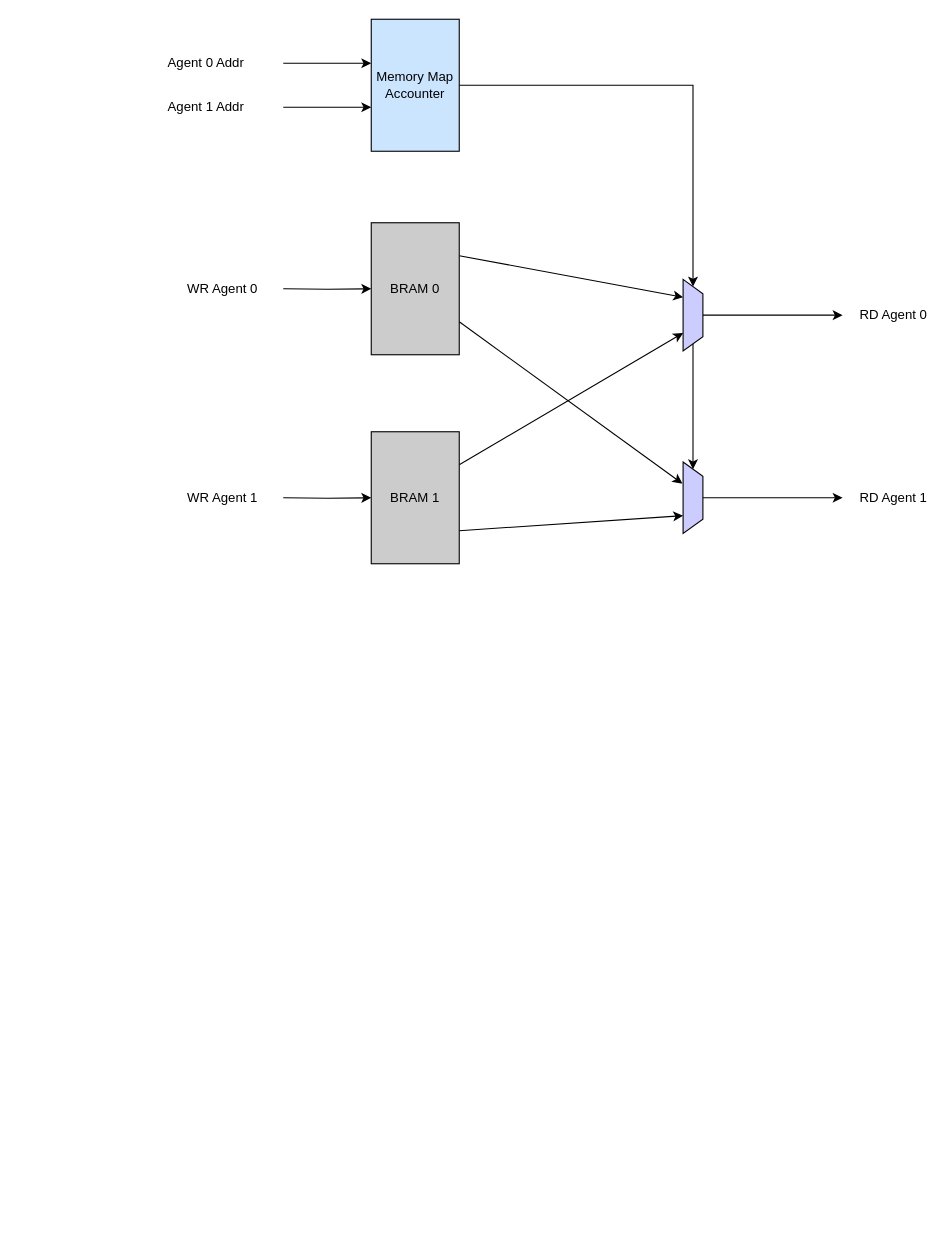
Above: page "Top" (1 of 3) of doc/figures.drawio in dpretet/meduram (draw.io), before the change. Source tidied: cells renumbered, new cells numbered last; positions are measured from the earlier drawing's top-left corner, leaving out a move shared by most shapes. Both pictures are drawn from the tidied source at 110%, with x=0, y=0 at pixel (151, 19).
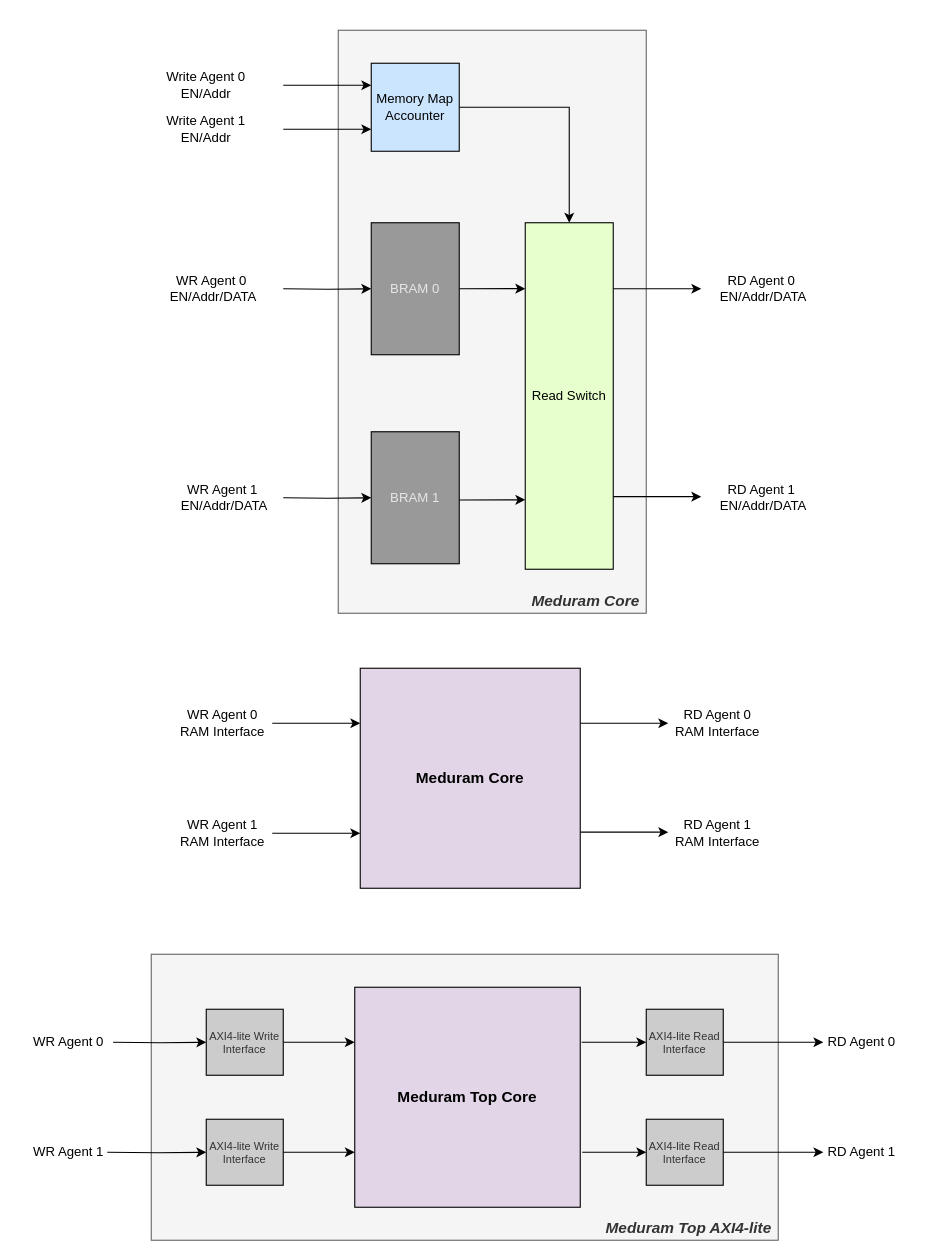
The same page after the edit.

What changed in the source:
```diff
@@
-    <mxCell id="2" style="rounded=0;jettySize=auto;html=1;exitX=1;exitY=0.25;exitDx=0;exitDy=0;entryX=0.25;entryY=1;entryDx=0;entryDy=0;" parent="1" edge="1" source="5" target="12">
-      <mxGeometry relative="1" as="geometry" />
-    </mxCell>
-    <mxCell id="3" style="rounded=0;jettySize=auto;html=1;exitX=1;exitY=0.75;exitDx=0;exitDy=0;entryX=0.302;entryY=1.036;entryDx=0;entryDy=0;entryPerimeter=0;" parent="1" edge="1" source="5" target="14">
-      <mxGeometry relative="1" as="geometry" />
-    </mxCell>
+    <mxCell id="25" value="Meduram Core&amp;nbsp;" style="rounded=0;whiteSpace=wrap;html=1;fillColor=#f5f5f5;strokeColor=#666666;fontStyle=3;fontSize=14;align=right;verticalAlign=bottom;fontColor=#333333;" parent="1" vertex="1">
+      <mxGeometry x="170" y="10" width="280" height="530" as="geometry" />
+    </mxCell>
+    <mxCell id="26" value="Meduram Top AXI4-lite&amp;nbsp;" style="rounded=0;whiteSpace=wrap;html=1;fontSize=14;fillColor=#f5f5f5;strokeColor=#666666;align=right;verticalAlign=bottom;fontStyle=3;fontColor=#333333;" parent="1" vertex="1">
+      <mxGeometry y="850" width="570" height="260" as="geometry" />
+    </mxCell>
@@
-    <mxCell id="5" value="BRAM 0" style="rounded=0;whiteSpace=wrap;html=1;fillColor=#CCCCCC;" parent="1" vertex="1">
+    <mxCell id="5" value="BRAM 0" style="rounded=0;whiteSpace=wrap;html=1;fillColor=#999999;fontColor=#E6E6E6;" parent="1" vertex="1">
       <mxGeometry x="200" y="185" width="80" height="120" as="geometry" />
     </mxCell>
-    <mxCell id="6" style="rounded=0;jettySize=auto;html=1;exitX=1;exitY=0.75;exitDx=0;exitDy=0;entryX=0.75;entryY=1;entryDx=0;entryDy=0;" parent="1" edge="1" source="9" target="14">
-      <mxGeometry relative="1" as="geometry" />
-    </mxCell>
-    <mxCell id="7" style="rounded=0;jettySize=auto;html=1;exitX=1;exitY=0.25;exitDx=0;exitDy=0;entryX=0.75;entryY=1;entryDx=0;entryDy=0;" parent="1" edge="1" source="9" target="12">
-      <mxGeometry relative="1" as="geometry" />
-    </mxCell>
@@
-    <mxCell id="9" value="BRAM 1" style="rounded=0;whiteSpace=wrap;html=1;fillColor=#CCCCCC;" parent="1" vertex="1">
+    <mxCell id="9" value="BRAM 1" style="rounded=0;whiteSpace=wrap;html=1;fillColor=#999999;fontColor=#E6E6E6;" parent="1" vertex="1">
       <mxGeometry x="200" y="375" width="80" height="120" as="geometry" />
     </mxCell>
-    <mxCell id="10" style="edgeStyle=orthogonalEdgeStyle;rounded=0;jettySize=auto;html=1;" parent="1" edge="1" source="12">
-      <mxGeometry relative="1" as="geometry">
-        <mxPoint x="628.5" y="269" as="targetPoint" />
-      </mxGeometry>
-    </mxCell>
-    <mxCell id="11" style="edgeStyle=orthogonalEdgeStyle;rounded=0;jettySize=auto;html=1;exitX=1;exitY=0.5;exitDx=0;exitDy=0;entryX=0;entryY=0.5;entryDx=0;entryDy=0;" parent="1" edge="1" source="12" target="14">
-      <mxGeometry relative="1" as="geometry" />
-    </mxCell>
-    <mxCell id="12" style="shape=trapezoid;perimeter=trapezoidPerimeter;whiteSpace=wrap;html=1;rotation=90;fillColor=#CCCCFF;" parent="1" vertex="1">
-      <mxGeometry x="460" y="260" width="65" height="18" as="geometry" />
-    </mxCell>
-    <mxCell id="13" style="edgeStyle=orthogonalEdgeStyle;rounded=0;jettySize=auto;html=1;" parent="1" edge="1" source="14">
-      <mxGeometry relative="1" as="geometry">
-        <mxPoint x="628.5" y="435" as="targetPoint" />
-      </mxGeometry>
-    </mxCell>
-    <mxCell id="14" style="shape=trapezoid;perimeter=trapezoidPerimeter;whiteSpace=wrap;html=1;rotation=90;fillColor=#CCCCFF;" parent="1" vertex="1">
-      <mxGeometry x="460" y="426" width="65" height="18" as="geometry" />
-    </mxCell>
-    <mxCell id="15" value="WR Agent 0" style="text;html=1;strokeColor=none;fillColor=none;align=center;verticalAlign=middle;whiteSpace=wrap;rounded=0;" parent="1" vertex="1">
-      <mxGeometry x="30" y="235" width="70" height="20" as="geometry" />
+    <mxCell id="15" value="WR Agent 0&lt;br&gt;&amp;nbsp;EN/Addr/DATA" style="text;html=1;strokeColor=none;fillColor=none;align=center;verticalAlign=middle;whiteSpace=wrap;rounded=0;" parent="1" vertex="1">
+      <mxGeometry x="10" y="235" width="90" height="20" as="geometry" />
     </mxCell>
-    <mxCell id="16" value="WR Agent 1" style="text;html=1;strokeColor=none;fillColor=none;align=center;verticalAlign=middle;whiteSpace=wrap;rounded=0;" parent="1" vertex="1">
-      <mxGeometry x="30" y="425" width="70" height="20" as="geometry" />
-    </mxCell>
-    <mxCell id="17" value="RD Agent 0" style="text;html=1;strokeColor=none;fillColor=none;align=center;verticalAlign=middle;whiteSpace=wrap;rounded=0;" parent="1" vertex="1">
-      <mxGeometry x="640" y="259" width="70" height="20" as="geometry" />
+    <mxCell id="17" value="RD Agent 0&lt;br&gt;&amp;nbsp;EN/Addr/DATA" style="text;html=1;strokeColor=none;fillColor=none;align=center;verticalAlign=middle;whiteSpace=wrap;rounded=0;" parent="1" vertex="1">
+      <mxGeometry x="510" y="235" width="90" height="20" as="geometry" />
     </mxCell>
-    <mxCell id="18" value="RD Agent 1" style="text;html=1;strokeColor=none;fillColor=none;align=center;verticalAlign=middle;whiteSpace=wrap;rounded=0;" parent="1" vertex="1">
-      <mxGeometry x="640" y="425" width="70" height="20" as="geometry" />
+    <mxCell id="18" value="RD Agent 1&lt;br&gt;&amp;nbsp;EN/Addr/DATA" style="text;html=1;strokeColor=none;fillColor=none;align=center;verticalAlign=middle;whiteSpace=wrap;rounded=0;" parent="1" vertex="1">
+      <mxGeometry x="520" y="425" width="70" height="20" as="geometry" />
     </mxCell>
-    <mxCell id="19" style="edgeStyle=orthogonalEdgeStyle;rounded=0;jettySize=auto;html=1;exitX=1;exitY=0.5;exitDx=0;exitDy=0;entryX=0;entryY=0.5;entryDx=0;entryDy=0;" parent="1" edge="1" source="20" target="12">
+    <mxCell id="19" style="edgeStyle=orthogonalEdgeStyle;rounded=0;jettySize=auto;html=1;exitX=1;exitY=0.5;exitDx=0;exitDy=0;entryX=0.5;entryY=0;entryDx=0;entryDy=0;" parent="1" edge="1" source="20" target="27">
       <mxGeometry relative="1" as="geometry" />
     </mxCell>
     <mxCell id="20" value="Memory Map Accounter" style="rounded=0;whiteSpace=wrap;html=1;fillColor=#CCE5FF;" parent="1" vertex="1">
-      <mxGeometry x="200" width="80" height="120" as="geometry" />
+      <mxGeometry x="200" y="40" width="80" height="80" as="geometry" />
     </mxCell>
     <mxCell id="21" style="edgeStyle=orthogonalEdgeStyle;rounded=0;orthogonalLoop=1;jettySize=auto;html=1;" parent="1" edge="1">
       <mxGeometry relative="1" as="geometry">
-        <mxPoint x="120" y="80" as="sourcePoint" />
-        <mxPoint x="200" y="80" as="targetPoint" />
+        <mxPoint x="120" y="100" as="sourcePoint" />
+        <mxPoint x="200" y="100" as="targetPoint" />
       </mxGeometry>
     </mxCell>
     <mxCell id="22" style="edgeStyle=orthogonalEdgeStyle;rounded=0;orthogonalLoop=1;jettySize=auto;html=1;" parent="1" edge="1">
       <mxGeometry relative="1" as="geometry">
-        <mxPoint x="120" y="40" as="sourcePoint" />
-        <mxPoint x="200" y="40" as="targetPoint" />
+        <mxPoint x="120" y="60" as="sourcePoint" />
+        <mxPoint x="200" y="60" as="targetPoint" />
       </mxGeometry>
     </mxCell>
-    <mxCell id="23" value="Agent 0 Addr" style="text;html=1;strokeColor=none;fillColor=none;align=center;verticalAlign=middle;whiteSpace=wrap;rounded=0;" parent="1" vertex="1">
-      <mxGeometry y="30" width="100" height="20" as="geometry" />
+    <mxCell id="23" value="Write Agent 0 EN/Addr" style="text;html=1;strokeColor=none;fillColor=none;align=center;verticalAlign=middle;whiteSpace=wrap;rounded=0;" parent="1" vertex="1">
+      <mxGeometry y="50" width="100" height="20" as="geometry" />
     </mxCell>
-    <mxCell id="24" value="Agent 1 Addr" style="text;html=1;strokeColor=none;fillColor=none;align=center;verticalAlign=middle;whiteSpace=wrap;rounded=0;" parent="1" vertex="1">
-      <mxGeometry y="70" width="100" height="20" as="geometry" />
+    <mxCell id="24" value="Write Agent 1 EN/Addr" style="text;html=1;strokeColor=none;fillColor=none;align=center;verticalAlign=middle;whiteSpace=wrap;rounded=0;" parent="1" vertex="1">
+      <mxGeometry y="90" width="100" height="20" as="geometry" />
     </mxCell>
+    <mxCell id="27" value="Read Switch" style="rounded=0;whiteSpace=wrap;html=1;fillColor=#E6FFCC;strokeColor=#000000;" parent="1" vertex="1">
+      <mxGeometry x="340" y="185" width="80" height="315" as="geometry" />
+    </mxCell>
+    <mxCell id="28" style="edgeStyle=orthogonalEdgeStyle;rounded=0;orthogonalLoop=1;jettySize=auto;html=1;" parent="1" edge="1">
+      <mxGeometry relative="1" as="geometry">
+        <mxPoint x="420" y="245" as="sourcePoint" />
+        <mxPoint x="500" y="245" as="targetPoint" />
+      </mxGeometry>
+    </mxCell>
+    <mxCell id="29" style="edgeStyle=orthogonalEdgeStyle;rounded=0;orthogonalLoop=1;jettySize=auto;html=1;" parent="1" edge="1">
+      <mxGeometry relative="1" as="geometry">
+        <mxPoint x="420" y="434" as="sourcePoint" />
+        <mxPoint x="500" y="434" as="targetPoint" />
+      </mxGeometry>
+    </mxCell>
+    <mxCell id="30" style="endArrow=classic;html=1;entryX=0;entryY=0.587;entryDx=0;entryDy=0;entryPerimeter=0;" parent="1" edge="1">
+      <mxGeometry relative="1" as="geometry">
+        <mxPoint x="280" y="437" as="sourcePoint" />
+        <mxPoint x="340" y="436.9" as="targetPoint" />
+      </mxGeometry>
+    </mxCell>
+    <mxCell id="31" style="endArrow=classic;html=1;entryX=0;entryY=0.587;entryDx=0;entryDy=0;entryPerimeter=0;" parent="1" edge="1">
+      <mxGeometry relative="1" as="geometry">
+        <mxPoint x="280" y="245" as="sourcePoint" />
+        <mxPoint x="340" y="244.9" as="targetPoint" />
+      </mxGeometry>
+    </mxCell>
+    <mxCell id="32" value="WR Agent 1&lt;br&gt;&amp;nbsp;EN/Addr/DATA" style="text;html=1;strokeColor=none;fillColor=none;align=center;verticalAlign=middle;whiteSpace=wrap;rounded=0;" parent="1" vertex="1">
+      <mxGeometry x="20" y="425" width="90" height="20" as="geometry" />
+    </mxCell>
+    <mxCell id="33" style="edgeStyle=orthogonalEdgeStyle;rounded=0;orthogonalLoop=1;jettySize=auto;html=1;" parent="1" edge="1">
+      <mxGeometry relative="1" as="geometry">
+        <mxPoint x="110" y="640" as="sourcePoint" />
+        <mxPoint x="190" y="640" as="targetPoint" />
+      </mxGeometry>
+    </mxCell>
+    <mxCell id="34" style="edgeStyle=orthogonalEdgeStyle;rounded=0;orthogonalLoop=1;jettySize=auto;html=1;" parent="1" edge="1">
+      <mxGeometry relative="1" as="geometry">
+        <mxPoint x="110" y="740" as="sourcePoint" />
+        <mxPoint x="190" y="740" as="targetPoint" />
+      </mxGeometry>
+    </mxCell>
+    <mxCell id="35" value="WR Agent 0&lt;br&gt;RAM Interface" style="text;html=1;strokeColor=none;fillColor=none;align=center;verticalAlign=middle;whiteSpace=wrap;rounded=0;" parent="1" vertex="1">
+      <mxGeometry x="20" y="630" width="90" height="20" as="geometry" />
+    </mxCell>
+    <mxCell id="36" value="RD Agent 0&lt;br&gt;RAM Interface" style="text;html=1;strokeColor=none;fillColor=none;align=center;verticalAlign=middle;whiteSpace=wrap;rounded=0;" parent="1" vertex="1">
+      <mxGeometry x="470" y="630" width="90" height="20" as="geometry" />
+    </mxCell>
+    <mxCell id="37" value="RD Agent 1&lt;br&gt;RAM Interface" style="text;html=1;strokeColor=none;fillColor=none;align=center;verticalAlign=middle;whiteSpace=wrap;rounded=0;" parent="1" vertex="1">
+      <mxGeometry x="470" y="730" width="90" height="20" as="geometry" />
+    </mxCell>
+    <mxCell id="38" style="edgeStyle=orthogonalEdgeStyle;rounded=0;orthogonalLoop=1;jettySize=auto;html=1;" parent="1" edge="1">
+      <mxGeometry relative="1" as="geometry">
+        <mxPoint x="390" y="640" as="sourcePoint" />
+        <mxPoint x="470" y="640" as="targetPoint" />
+      </mxGeometry>
+    </mxCell>
+    <mxCell id="39" style="edgeStyle=orthogonalEdgeStyle;rounded=0;orthogonalLoop=1;jettySize=auto;html=1;" parent="1" edge="1">
+      <mxGeometry relative="1" as="geometry">
+        <mxPoint x="390" y="739" as="sourcePoint" />
+        <mxPoint x="470" y="739" as="targetPoint" />
+      </mxGeometry>
+    </mxCell>
+    <mxCell id="40" value="WR Agent 1&lt;br&gt;RAM Interface" style="text;html=1;strokeColor=none;fillColor=none;align=center;verticalAlign=middle;whiteSpace=wrap;rounded=0;" parent="1" vertex="1">
+      <mxGeometry x="20" y="730" width="90" height="20" as="geometry" />
+    </mxCell>
+    <mxCell id="41" value="Meduram Core" style="rounded=0;whiteSpace=wrap;html=1;fillColor=#e1d5e7;strokeColor=#000000;fontStyle=1;fontSize=14;" parent="1" vertex="1">
+      <mxGeometry x="190" y="590" width="200" height="200" as="geometry" />
+    </mxCell>
+    <mxCell id="42" style="edgeStyle=orthogonalEdgeStyle;rounded=0;jettySize=auto;html=1;exitX=1;exitY=0.5;exitDx=0;exitDy=0;" parent="1" edge="1" source="48">
+      <mxGeometry relative="1" as="geometry">
+        <mxPoint x="185" y="930" as="targetPoint" />
+      </mxGeometry>
+    </mxCell>
+    <mxCell id="43" style="edgeStyle=orthogonalEdgeStyle;rounded=0;orthogonalLoop=1;jettySize=auto;html=1;" parent="1" edge="1">
+      <mxGeometry relative="1" as="geometry">
+        <mxPoint x="105" y="1030" as="sourcePoint" />
+        <mxPoint x="185" y="1030" as="targetPoint" />
+      </mxGeometry>
+    </mxCell>
+    <mxCell id="44" value="WR Agent 0" style="text;html=1;strokeColor=none;fillColor=none;align=center;verticalAlign=middle;whiteSpace=wrap;rounded=0;" parent="1" vertex="1">
+      <mxGeometry x="-120" y="920" width="90" height="20" as="geometry" />
+    </mxCell>
+    <mxCell id="45" value="RD Agent 0" style="text;html=1;strokeColor=none;fillColor=none;align=center;verticalAlign=middle;whiteSpace=wrap;rounded=0;" parent="1" vertex="1">
+      <mxGeometry x="611" y="920" width="70" height="20" as="geometry" />
+    </mxCell>
+    <mxCell id="46" value="RD Agent 1" style="text;html=1;strokeColor=none;fillColor=none;align=center;verticalAlign=middle;whiteSpace=wrap;rounded=0;" parent="1" vertex="1">
+      <mxGeometry x="611" y="1020" width="70" height="20" as="geometry" />
+    </mxCell>
+    <mxCell id="16" value="WR Agent 1" style="text;html=1;strokeColor=none;fillColor=none;align=center;verticalAlign=middle;whiteSpace=wrap;rounded=0;" parent="1" vertex="1">
+      <mxGeometry x="-120" y="1020" width="90" height="20" as="geometry" />
+    </mxCell>
+    <mxCell id="47" value="Meduram Top Core" style="rounded=0;whiteSpace=wrap;html=1;fillColor=#e1d5e7;strokeColor=#000000;fontStyle=1;fontSize=14;" parent="1" vertex="1">
+      <mxGeometry x="185" y="880" width="205" height="200" as="geometry" />
+    </mxCell>
+    <mxCell id="48" value="AXI4-lite Write Interface" style="rounded=0;whiteSpace=wrap;html=1;fontSize=10;fillColor=#CCCCCC;strokeColor=#000000;fontColor=#333333;" parent="1" vertex="1">
+      <mxGeometry x="50" y="900" width="70" height="60" as="geometry" />
+    </mxCell>
+    <mxCell id="49" value="AXI4-lite Write Interface" style="rounded=0;whiteSpace=wrap;html=1;fontSize=10;fillColor=#CCCCCC;strokeColor=#000000;fontColor=#333333;" parent="1" vertex="1">
+      <mxGeometry x="50" y="1000" width="70" height="60" as="geometry" />
+    </mxCell>
+    <mxCell id="50" style="edgeStyle=orthogonalEdgeStyle;rounded=0;jettySize=auto;html=1;exitX=1;exitY=0.5;exitDx=0;exitDy=0;entryX=0;entryY=0.5;entryDx=0;entryDy=0;" parent="1" edge="1" target="48">
+      <mxGeometry relative="1" as="geometry">
+        <mxPoint x="-34.7" y="930" as="sourcePoint" />
+      </mxGeometry>
+    </mxCell>
+    <mxCell id="51" style="edgeStyle=orthogonalEdgeStyle;rounded=0;jettySize=auto;html=1;entryX=0;entryY=0.5;entryDx=0;entryDy=0;" parent="1" edge="1" target="49">
+      <mxGeometry relative="1" as="geometry">
+        <mxPoint x="-40" y="1030" as="sourcePoint" />
+      </mxGeometry>
+    </mxCell>
+    <mxCell id="52" style="edgeStyle=orthogonalEdgeStyle;rounded=0;jettySize=auto;html=1;exitX=1;exitY=0.5;exitDx=0;exitDy=0;" parent="1" edge="1" source="54">
+      <mxGeometry relative="1" as="geometry">
+        <mxPoint x="611" y="930" as="targetPoint" />
+      </mxGeometry>
+    </mxCell>
+    <mxCell id="53" style="edgeStyle=orthogonalEdgeStyle;rounded=0;jettySize=auto;html=1;exitX=1;exitY=0.5;exitDx=0;exitDy=0;" parent="1" edge="1" source="55">
+      <mxGeometry relative="1" as="geometry">
+        <mxPoint x="611" y="1030" as="targetPoint" />
+      </mxGeometry>
+    </mxCell>
+    <mxCell id="54" value="AXI4-lite Read Interface" style="rounded=0;whiteSpace=wrap;html=1;fontSize=10;fillColor=#CCCCCC;strokeColor=#000000;fontColor=#333333;" parent="1" vertex="1">
+      <mxGeometry x="450" y="900" width="70" height="60" as="geometry" />
+    </mxCell>
+    <mxCell id="55" value="AXI4-lite Read Interface" style="rounded=0;whiteSpace=wrap;html=1;fontSize=10;fillColor=#CCCCCC;strokeColor=#000000;fontColor=#333333;" parent="1" vertex="1">
+      <mxGeometry x="450" y="1000" width="70" height="60" as="geometry" />
+    </mxCell>
+    <mxCell id="56" style="edgeStyle=orthogonalEdgeStyle;rounded=0;orthogonalLoop=1;jettySize=auto;html=1;exitX=1;exitY=0.5;exitDx=0;exitDy=0;" parent="1" edge="1">
+      <mxGeometry relative="1" as="geometry">
+        <mxPoint x="391.3" y="930" as="sourcePoint" />
+        <mxPoint x="450" y="930" as="targetPoint" />
+      </mxGeometry>
+    </mxCell>
+    <mxCell id="57" style="edgeStyle=orthogonalEdgeStyle;rounded=0;orthogonalLoop=1;jettySize=auto;html=1;exitX=1;exitY=0.5;exitDx=0;exitDy=0;" parent="1" edge="1">
+      <mxGeometry relative="1" as="geometry">
+        <mxPoint x="391.8" y="1030" as="sourcePoint" />
+        <mxPoint x="450" y="1030" as="targetPoint" />
+      </mxGeometry>
+    </mxCell>
```
